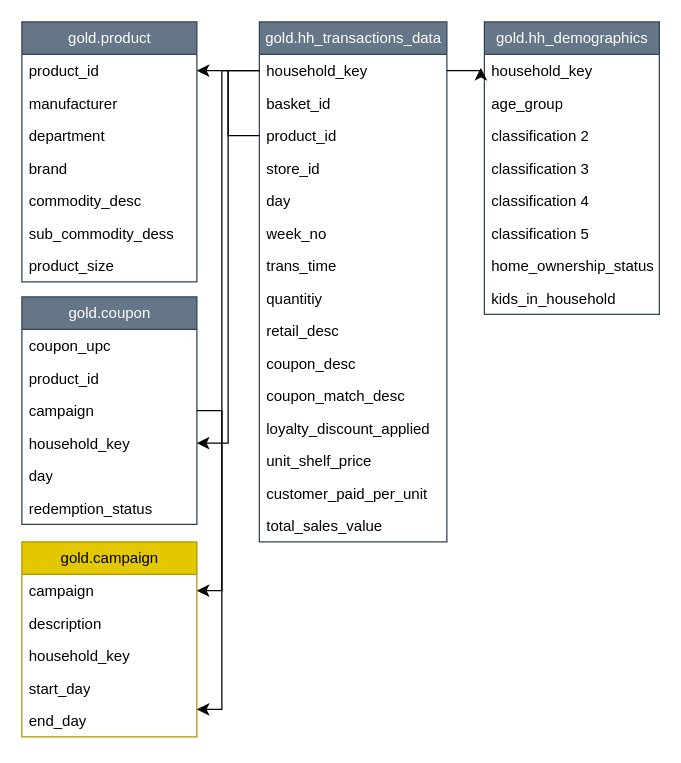
Above: data_details.drawio in orkhan-sari/Retail_analytics (draw.io), before the change. Source tidied: cells renumbered, new cells numbered last; positions are measured from the earlier drawing's top-left corner, leaving out a move shared by most shapes. Both pictures are drawn from the tidied source at 125%, with x=0, y=0 at pixel (21, 21).
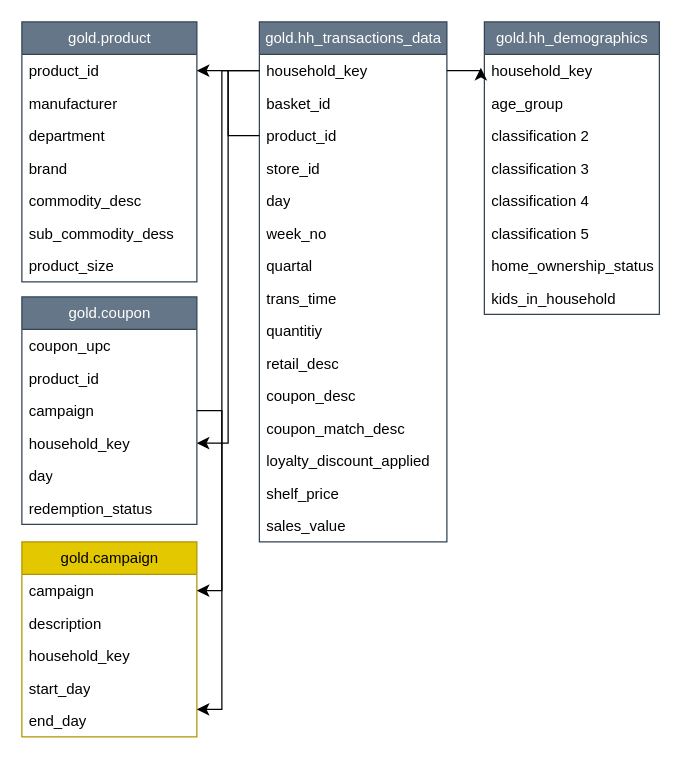
The same page after the edit.

Commit message (it also covers changes not shown here):
data analyses start, data model, data catalog

Unchanged cells that the change refers to:
```xml
<mxCell id="32" value="gold.hh_transactions_data" style="swimlane;fontStyle=0;horizontal=1;startSize=26;fillColor=light-dark(#647687,#FF3399);html=1;fontColor=#ffffff;strokeColor=#314354;fillStyle=auto;" parent="1" vertex="1">
  <mxGeometry x="190" width="150" height="416" as="geometry" />
</mxCell>
```

Diff of the diagram source:
```diff
@@
+    <mxCell id="53" value="quartal" style="text;strokeColor=none;fillColor=none;align=left;verticalAlign=top;spacingLeft=4;spacingRight=4;overflow=hidden;whiteSpace=wrap;html=1;" parent="32" vertex="1">
+      <mxGeometry y="182" width="150" height="26" as="geometry" />
+    </mxCell>
     <mxCell id="39" value="trans_time" style="text;strokeColor=none;fillColor=none;align=left;verticalAlign=top;spacingLeft=4;spacingRight=4;overflow=hidden;whiteSpace=wrap;html=1;" parent="32" vertex="1">
-      <mxGeometry y="182" width="150" height="26" as="geometry" />
+      <mxGeometry y="208" width="150" height="26" as="geometry" />
     </mxCell>
     <mxCell id="40" value="quantitiy" style="text;strokeColor=none;fillColor=none;align=left;verticalAlign=top;spacingLeft=4;spacingRight=4;overflow=hidden;whiteSpace=wrap;html=1;" parent="32" vertex="1">
-      <mxGeometry y="208" width="150" height="26" as="geometry" />
+      <mxGeometry y="234" width="150" height="26" as="geometry" />
     </mxCell>
     <mxCell id="41" value="retail_desc" style="text;strokeColor=none;fillColor=none;align=left;verticalAlign=top;spacingLeft=4;spacingRight=4;overflow=hidden;whiteSpace=wrap;html=1;" parent="32" vertex="1">
-      <mxGeometry y="234" width="150" height="26" as="geometry" />
+      <mxGeometry y="260" width="150" height="26" as="geometry" />
     </mxCell>
     <mxCell id="42" value="coupon_desc" style="text;strokeColor=none;fillColor=none;align=left;verticalAlign=top;spacingLeft=4;spacingRight=4;overflow=hidden;whiteSpace=wrap;html=1;" parent="32" vertex="1">
-      <mxGeometry y="260" width="150" height="26" as="geometry" />
+      <mxGeometry y="286" width="150" height="26" as="geometry" />
     </mxCell>
     <mxCell id="43" value="coupon_match_desc" style="text;strokeColor=none;fillColor=none;align=left;verticalAlign=top;spacingLeft=4;spacingRight=4;overflow=hidden;whiteSpace=wrap;html=1;" parent="32" vertex="1">
-      <mxGeometry y="286" width="150" height="26" as="geometry" />
+      <mxGeometry y="312" width="150" height="26" as="geometry" />
     </mxCell>
     <mxCell id="44" value="loyalty_discount_applied" style="text;strokeColor=none;fillColor=none;align=left;verticalAlign=top;spacingLeft=4;spacingRight=4;overflow=hidden;whiteSpace=wrap;html=1;" parent="32" vertex="1">
-      <mxGeometry y="312" width="150" height="26" as="geometry" />
+      <mxGeometry y="338" width="150" height="26" as="geometry" />
     </mxCell>
-    <mxCell id="45" value="unit_shelf_price" style="text;strokeColor=none;fillColor=none;align=left;verticalAlign=top;spacingLeft=4;spacingRight=4;overflow=hidden;whiteSpace=wrap;html=1;" parent="32" vertex="1">
-      <mxGeometry y="338" width="150" height="26" as="geometry" />
+    <mxCell id="45" value="shelf_price" style="text;strokeColor=none;fillColor=none;align=left;verticalAlign=top;spacingLeft=4;spacingRight=4;overflow=hidden;whiteSpace=wrap;html=1;" parent="32" vertex="1">
+      <mxGeometry y="364" width="150" height="26" as="geometry" />
     </mxCell>
-    <mxCell id="46" value="customer_paid_per_unit" style="text;strokeColor=none;fillColor=none;align=left;verticalAlign=top;spacingLeft=4;spacingRight=4;overflow=hidden;whiteSpace=wrap;html=1;" parent="32" vertex="1">
-      <mxGeometry y="364" width="150" height="26" as="geometry" />
-    </mxCell>
-    <mxCell id="47" value="total_sales_value&lt;div&gt;&lt;br&gt;&lt;/div&gt;" style="text;strokeColor=none;fillColor=none;align=left;verticalAlign=top;spacingLeft=4;spacingRight=4;overflow=hidden;whiteSpace=wrap;html=1;" parent="32" vertex="1">
+    <mxCell id="47" value="sales_value&lt;div&gt;&lt;br&gt;&lt;/div&gt;" style="text;strokeColor=none;fillColor=none;align=left;verticalAlign=top;spacingLeft=4;spacingRight=4;overflow=hidden;whiteSpace=wrap;html=1;" parent="32" vertex="1">
       <mxGeometry y="390" width="150" height="26" as="geometry" />
     </mxCell>
```
